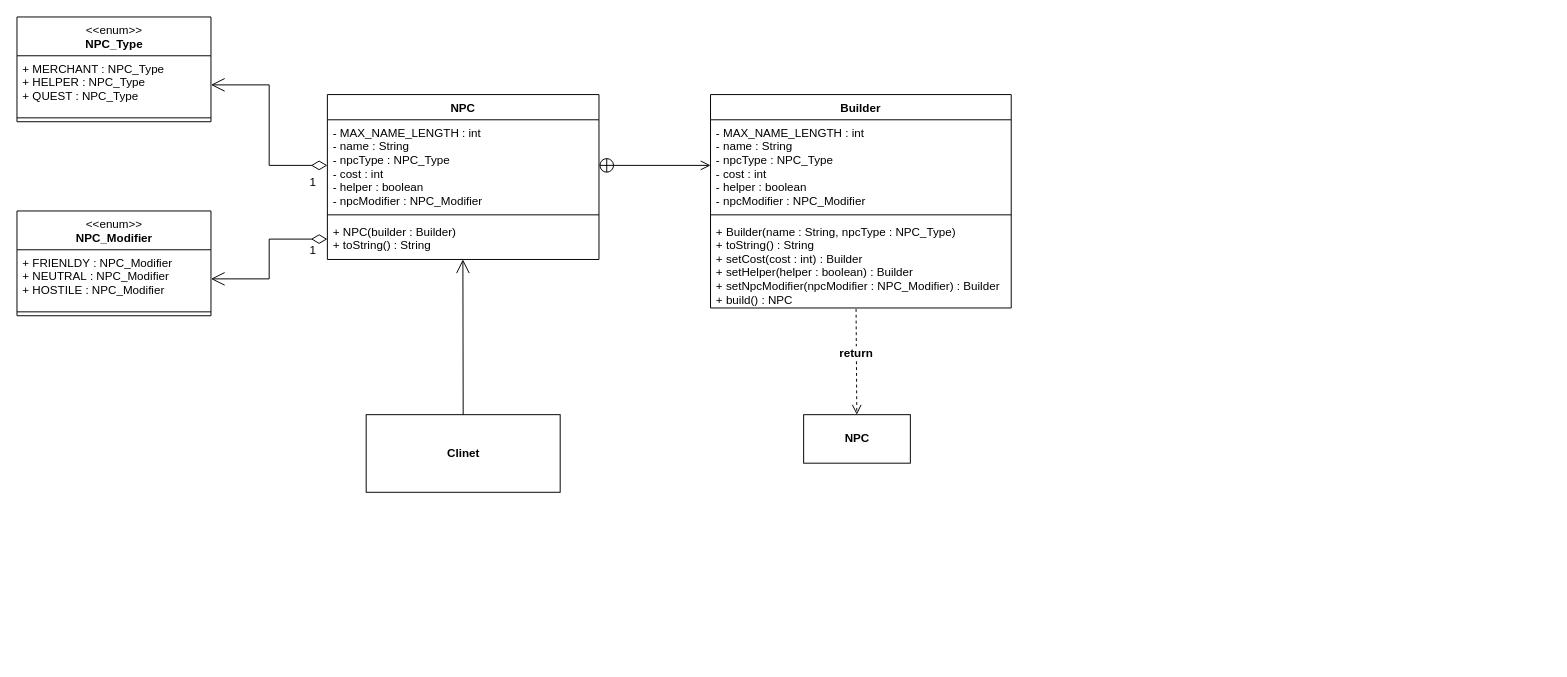
This is app/src/main/resources/abstract_builder/abstract_builder_uml.drawio from jongHyeon0000/DesignPattern-example, a draw.io file, before an edit. Source tidied: cells renumbered, new cells numbered last; positions are measured from the earlier drawing's top-left corner, leaving out a move shared by most shapes. Both pictures are drawn from the tidied source at 97%, with x=0, y=0 at pixel (16, 16).
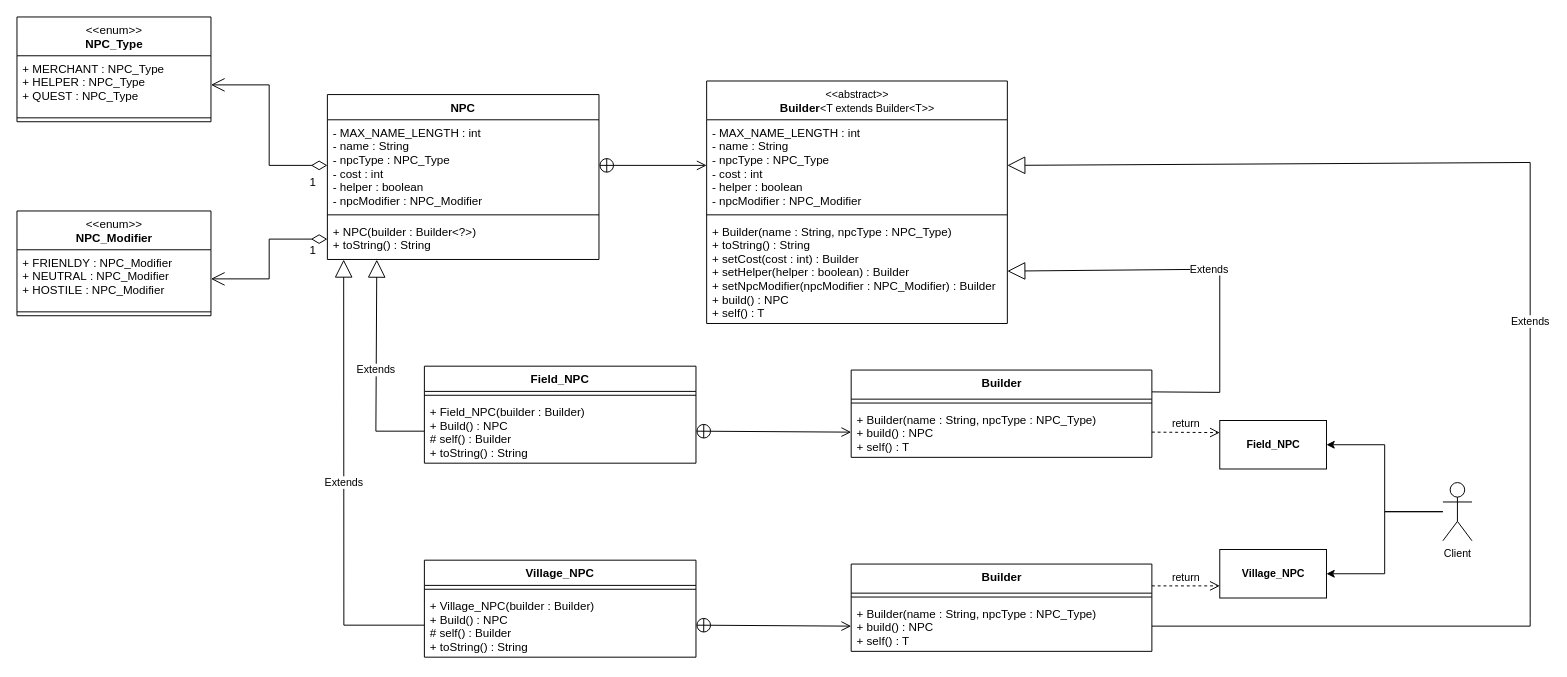
Above is the later version.

Unchanged cells that the change refers to:
```xml
<mxCell id="2" value="NPC" style="swimlane;fontStyle=1;align=center;verticalAlign=top;horizontal=1;startSize=26;" parent="1" vertex="1">
  <mxGeometry x="320" y="80" width="280" height="170" as="geometry" />
</mxCell>
```

The edit, as a diff of the source:
```diff
@@
-    <mxCell id="5" value="+ NPC(builder : Builder)&#10;+ toString() : String" style="text;strokeColor=none;fillColor=none;align=left;verticalAlign=top;spacingLeft=4;spacingRight=4;overflow=hidden;points=[[0,0.5],[1,0.5]];portConstraint=eastwest;" parent="2" vertex="1">
+    <mxCell id="5" value="+ NPC(builder : Builder&lt;?&gt;)&#10;+ toString() : String" style="text;strokeColor=none;fillColor=none;align=left;verticalAlign=top;spacingLeft=4;spacingRight=4;overflow=hidden;points=[[0,0.5],[1,0.5]];portConstraint=eastwest;" parent="2" vertex="1">
       <mxGeometry y="128" width="280" height="42" as="geometry" />
     </mxCell>
-    <mxCell id="6" value="Builder" style="swimlane;fontStyle=1;align=center;verticalAlign=top;horizontal=1;startSize=26;" parent="1" vertex="1">
-      <mxGeometry x="715" y="80" width="310" height="220" as="geometry" />
+    <mxCell id="6" value="&lt;font style=&quot;font-size: 11px; font-weight: normal;&quot;&gt;&amp;lt;&amp;lt;abstract&amp;gt;&amp;gt;&lt;/font&gt;&lt;br&gt;Builder&lt;span style=&quot;font-size: 11px; font-weight: 400;&quot;&gt;&amp;lt;T extends Builder&amp;lt;T&amp;gt;&amp;gt;&lt;/span&gt;" style="swimlane;fontStyle=1;align=center;verticalAlign=top;horizontal=1;startSize=40;html=1;" parent="1" vertex="1">
+      <mxGeometry x="711" y="66" width="310" height="250" as="geometry" />
     </mxCell>
     <mxCell id="7" value="- MAX_NAME_LENGTH : int&#10;- name : String&#10;- npcType : NPC_Type&#10;- cost : int&#10;- helper : boolean&#10;- npcModifier : NPC_Modifier " style="text;strokeColor=none;fillColor=none;align=left;verticalAlign=top;spacingLeft=4;spacingRight=4;overflow=hidden;points=[[0,0.5],[1,0.5]];portConstraint=eastwest;" parent="6" vertex="1">
-      <mxGeometry y="26" width="310" height="94" as="geometry" />
+      <mxGeometry y="40" width="310" height="94" as="geometry" />
     </mxCell>
     <mxCell id="8" style="line;strokeWidth=1;fillColor=none;align=left;verticalAlign=middle;spacingTop=-1;spacingLeft=3;spacingRight=3;labelPosition=right;" parent="6" vertex="1">
-      <mxGeometry y="120" width="310" height="8" as="geometry" />
+      <mxGeometry y="134" width="310" height="8" as="geometry" />
     </mxCell>
-    <mxCell id="9" value="+ Builder(name : String, npcType : NPC_Type)&#10;+ toString() : String&#10;+ setCost(cost : int) : Builder&#10;+ setHelper(helper : boolean) : Builder&#10;+ setNpcModifier(npcModifier : NPC_Modifier) : Builder&#10;+ build() : NPC" style="text;strokeColor=none;fillColor=none;align=left;verticalAlign=top;spacingLeft=4;spacingRight=4;overflow=hidden;points=[[0,0.5],[1,0.5]];portConstraint=eastwest;" parent="6" vertex="1">
-      <mxGeometry y="128" width="310" height="92" as="geometry" />
+    <mxCell id="9" value="+ Builder(name : String, npcType : NPC_Type)&#10;+ toString() : String&#10;+ setCost(cost : int) : Builder&#10;+ setHelper(helper : boolean) : Builder&#10;+ setNpcModifier(npcModifier : NPC_Modifier) : Builder&#10;+ build() : NPC&#10;+ self() : T" style="text;strokeColor=none;fillColor=none;align=left;verticalAlign=top;spacingLeft=4;spacingRight=4;overflow=hidden;points=[[0,0.5],[1,0.5]];portConstraint=eastwest;" parent="6" vertex="1">
+      <mxGeometry y="142" width="310" height="108" as="geometry" />
     </mxCell>
@@
-    <mxCell id="11" value="&lt;b&gt;Clinet&lt;/b&gt;" style="html=1;" parent="1" vertex="1">
-      <mxGeometry x="360" y="410" width="200" height="80" as="geometry" />
-    </mxCell>
-    <mxCell id="12" style="endArrow=open;endFill=1;endSize=12;html=1;rounded=0;exitX=0.5;exitY=0;exitDx=0;exitDy=0;entryX=0.499;entryY=0.999;entryDx=0;entryDy=0;entryPerimeter=0;" parent="1" edge="1" source="11" target="5">
-      <mxGeometry relative="1" as="geometry" />
-    </mxCell>
-    <mxCell id="13" value="return" style="html=1;verticalAlign=bottom;endArrow=open;dashed=1;endSize=8;rounded=0;exitX=0.484;exitY=1.011;exitDx=0;exitDy=0;exitPerimeter=0;fontSize=12;fontStyle=1;" parent="1" edge="1" source="9" target="14">
-      <mxGeometry x="0.01" relative="1" as="geometry" />
-    </mxCell>
-    <mxCell id="14" value="&lt;b&gt;NPC&lt;/b&gt;" style="html=1;fontSize=12;" parent="1" vertex="1">
-      <mxGeometry x="811" y="410" width="110" height="50" as="geometry" />
-    </mxCell>
@@
+    <mxCell id="23" value="Field_NPC" style="swimlane;fontStyle=1;align=center;verticalAlign=top;horizontal=1;startSize=26;" parent="1" vertex="1">
+      <mxGeometry x="420" y="360" width="280" height="100" as="geometry" />
+    </mxCell>
+    <mxCell id="24" style="line;strokeWidth=1;fillColor=none;align=left;verticalAlign=middle;spacingTop=-1;spacingLeft=3;spacingRight=3;labelPosition=right;" parent="23" vertex="1">
+      <mxGeometry y="26" width="280" height="8" as="geometry" />
+    </mxCell>
+    <mxCell id="25" value="+ Field_NPC(builder : Builder)&#10;+ Build() : NPC&#10;# self() : Builder&#10;+ toString() : String" style="text;strokeColor=none;fillColor=none;align=left;verticalAlign=top;spacingLeft=4;spacingRight=4;overflow=hidden;points=[[0,0.5],[1,0.5]];portConstraint=eastwest;" parent="23" vertex="1">
+      <mxGeometry y="34" width="280" height="66" as="geometry" />
+    </mxCell>
+    <mxCell id="26" value="Village_NPC" style="swimlane;fontStyle=1;align=center;verticalAlign=top;horizontal=1;startSize=26;" parent="1" vertex="1">
+      <mxGeometry x="420" y="560" width="280" height="100" as="geometry" />
+    </mxCell>
+    <mxCell id="27" style="line;strokeWidth=1;fillColor=none;align=left;verticalAlign=middle;spacingTop=-1;spacingLeft=3;spacingRight=3;labelPosition=right;" parent="26" vertex="1">
+      <mxGeometry y="26" width="280" height="8" as="geometry" />
+    </mxCell>
+    <mxCell id="28" value="+ Village_NPC(builder : Builder)&#10;+ Build() : NPC&#10;# self() : Builder&#10;+ toString() : String" style="text;strokeColor=none;fillColor=none;align=left;verticalAlign=top;spacingLeft=4;spacingRight=4;overflow=hidden;points=[[0,0.5],[1,0.5]];portConstraint=eastwest;" parent="26" vertex="1">
+      <mxGeometry y="34" width="280" height="66" as="geometry" />
+    </mxCell>
+    <mxCell id="29" style="edgeStyle=orthogonalEdgeStyle;rounded=0;jettySize=auto;html=1;entryX=1;entryY=0.5;entryDx=0;entryDy=0;fontSize=11;" parent="1" edge="1" source="31" target="36">
+      <mxGeometry relative="1" as="geometry" />
+    </mxCell>
+    <mxCell id="30" style="edgeStyle=orthogonalEdgeStyle;rounded=0;jettySize=auto;html=1;entryX=1;entryY=0.5;entryDx=0;entryDy=0;fontSize=11;" parent="1" edge="1" source="31" target="37">
+      <mxGeometry relative="1" as="geometry" />
+    </mxCell>
+    <mxCell id="31" value="Client" style="shape=umlActor;verticalLabelPosition=bottom;verticalAlign=top;html=1;fontSize=11;" parent="1" vertex="1">
+      <mxGeometry x="1470" y="480" width="30" height="60" as="geometry" />
+    </mxCell>
+    <mxCell id="32" value="Extends" style="endArrow=block;endSize=16;endFill=0;html=1;rounded=0;fontSize=11;exitX=0;exitY=0.5;exitDx=0;exitDy=0;entryX=0.182;entryY=1.005;entryDx=0;entryDy=0;entryPerimeter=0;" parent="1" edge="1" source="25" target="5">
+      <mxGeometry relative="1" as="geometry">
+        <Array as="points">
+          <mxPoint x="370" y="427" />
+        </Array>
+      </mxGeometry>
+    </mxCell>
+    <mxCell id="33" value="Extends" style="endArrow=block;endSize=16;endFill=0;html=1;rounded=0;fontSize=11;exitX=0;exitY=0.5;exitDx=0;exitDy=0;entryX=0.06;entryY=1.003;entryDx=0;entryDy=0;entryPerimeter=0;" parent="1" edge="1" source="28" target="5">
+      <mxGeometry relative="1" as="geometry">
+        <Array as="points">
+          <mxPoint x="337" y="627" />
+        </Array>
+      </mxGeometry>
+    </mxCell>
+    <mxCell id="34" style="endArrow=open;startArrow=circlePlus;endFill=0;startFill=0;endSize=8;html=1;rounded=0;exitX=1;exitY=0.5;exitDx=0;exitDy=0;entryX=0;entryY=0.5;entryDx=0;entryDy=0;" parent="1" edge="1" source="25" target="40">
+      <mxGeometry relative="1" as="geometry" />
+    </mxCell>
+    <mxCell id="35" style="endArrow=open;startArrow=circlePlus;endFill=0;startFill=0;endSize=8;html=1;rounded=0;exitX=1;exitY=0.5;exitDx=0;exitDy=0;entryX=0;entryY=0.5;entryDx=0;entryDy=0;" parent="1" edge="1" source="28" target="43">
+      <mxGeometry relative="1" as="geometry" />
+    </mxCell>
+    <mxCell id="36" value="&lt;b&gt;Field_NPC&lt;/b&gt;" style="html=1;fontSize=11;" parent="1" vertex="1">
+      <mxGeometry x="1240" y="416" width="110" height="50" as="geometry" />
+    </mxCell>
+    <mxCell id="37" value="&lt;b&gt;Village_NPC&lt;/b&gt;" style="html=1;fontSize=11;" parent="1" vertex="1">
+      <mxGeometry x="1240" y="549" width="110" height="50" as="geometry" />
+    </mxCell>
+    <mxCell id="38" value="Builder" style="swimlane;fontStyle=1;align=center;verticalAlign=top;horizontal=1;startSize=30;html=1;" parent="1" vertex="1">
+      <mxGeometry x="860" y="364" width="310" height="90" as="geometry" />
+    </mxCell>
+    <mxCell id="39" style="line;strokeWidth=1;fillColor=none;align=left;verticalAlign=middle;spacingTop=-1;spacingLeft=3;spacingRight=3;labelPosition=right;" parent="38" vertex="1">
+      <mxGeometry y="30" width="310" height="8" as="geometry" />
+    </mxCell>
+    <mxCell id="40" value="+ Builder(name : String, npcType : NPC_Type)&#10;+ build() : NPC&#10;+ self() : T" style="text;strokeColor=none;fillColor=none;align=left;verticalAlign=top;spacingLeft=4;spacingRight=4;overflow=hidden;points=[[0,0.5],[1,0.5]];portConstraint=eastwest;" parent="38" vertex="1">
+      <mxGeometry y="38" width="310" height="52" as="geometry" />
+    </mxCell>
+    <mxCell id="41" value="Builder" style="swimlane;fontStyle=1;align=center;verticalAlign=top;horizontal=1;startSize=30;html=1;" parent="1" vertex="1">
+      <mxGeometry x="860" y="564" width="310" height="90" as="geometry" />
+    </mxCell>
+    <mxCell id="42" style="line;strokeWidth=1;fillColor=none;align=left;verticalAlign=middle;spacingTop=-1;spacingLeft=3;spacingRight=3;labelPosition=right;" parent="41" vertex="1">
+      <mxGeometry y="30" width="310" height="8" as="geometry" />
+    </mxCell>
+    <mxCell id="43" value="+ Builder(name : String, npcType : NPC_Type)&#10;+ build() : NPC&#10;+ self() : T" style="text;strokeColor=none;fillColor=none;align=left;verticalAlign=top;spacingLeft=4;spacingRight=4;overflow=hidden;points=[[0,0.5],[1,0.5]];portConstraint=eastwest;" parent="41" vertex="1">
+      <mxGeometry y="38" width="310" height="52" as="geometry" />
+    </mxCell>
+    <mxCell id="44" value="Extends" style="endArrow=block;endSize=16;endFill=0;html=1;rounded=0;fontSize=11;entryX=1;entryY=0.5;entryDx=0;entryDy=0;exitX=1;exitY=0.5;exitDx=0;exitDy=0;" parent="1" edge="1" source="43" target="7">
+      <mxGeometry relative="1" as="geometry">
+        <Array as="points">
+          <mxPoint x="1560" y="628" />
+          <mxPoint x="1560" y="620" />
+          <mxPoint x="1560" y="150" />
+        </Array>
+      </mxGeometry>
+    </mxCell>
+    <mxCell id="45" value="Extends" style="endArrow=block;endSize=16;endFill=0;html=1;rounded=0;fontSize=11;entryX=1;entryY=0.5;entryDx=0;entryDy=0;exitX=1;exitY=0.25;exitDx=0;exitDy=0;" parent="1" edge="1" source="38" target="9">
+      <mxGeometry relative="1" as="geometry">
+        <Array as="points">
+          <mxPoint x="1240" y="387" />
+          <mxPoint x="1240" y="260" />
+        </Array>
+      </mxGeometry>
+    </mxCell>
+    <mxCell id="46" value="return" style="html=1;verticalAlign=bottom;endArrow=open;dashed=1;endSize=8;rounded=0;fontSize=11;entryX=0;entryY=0.25;entryDx=0;entryDy=0;exitX=1;exitY=0.5;exitDx=0;exitDy=0;" parent="1" edge="1" source="40" target="36">
+      <mxGeometry relative="1" as="geometry" />
+    </mxCell>
+    <mxCell id="47" value="return" style="html=1;verticalAlign=bottom;endArrow=open;dashed=1;endSize=8;rounded=0;fontSize=11;exitX=1;exitY=0.25;exitDx=0;exitDy=0;entryX=0;entryY=0.75;entryDx=0;entryDy=0;" parent="1" edge="1" source="41" target="37">
+      <mxGeometry relative="1" as="geometry" />
+    </mxCell>
```
